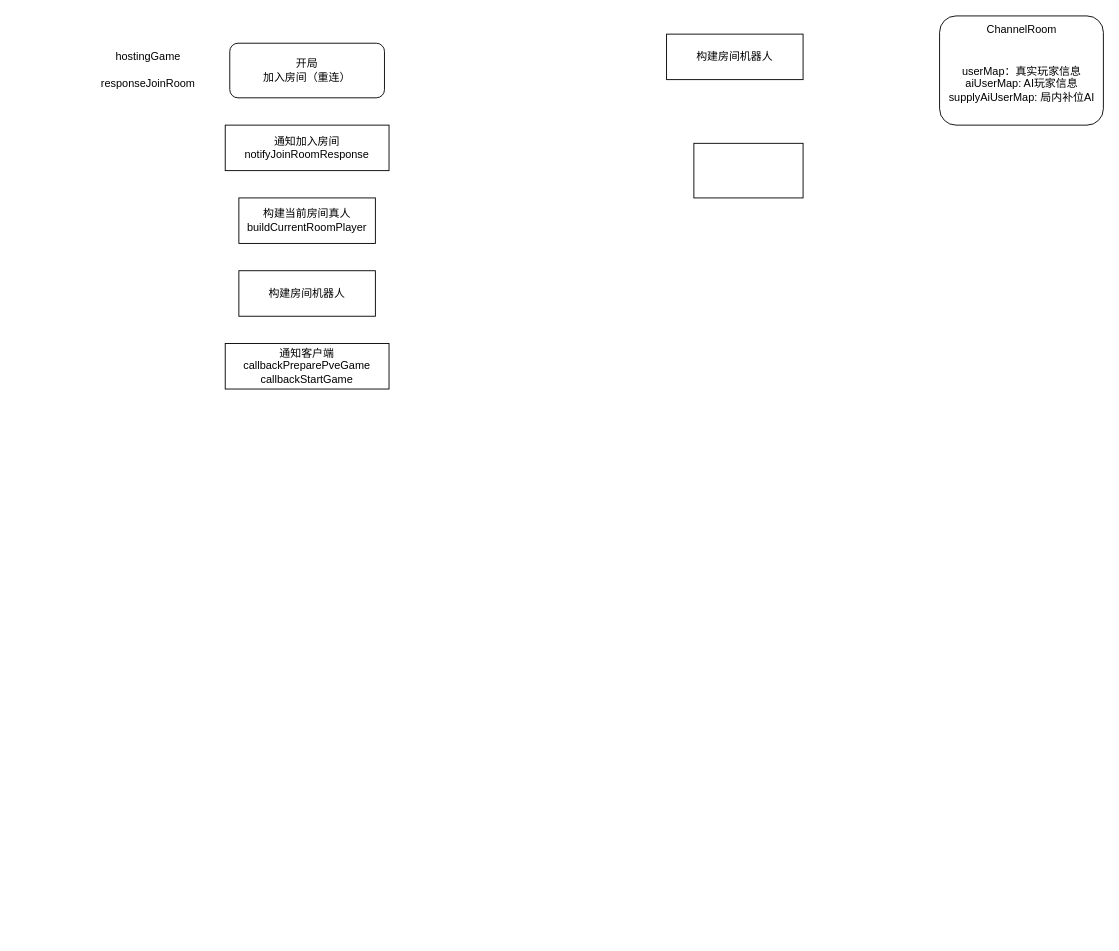
Earlier version of the draw.io diagram SSJJ2/机器人展示Loading.drawio (Ordertiny/graph). Source tidied: cells renumbered, new cells numbered last; positions are measured from the earlier drawing's top-left corner, leaving out a move shared by most shapes. Both pictures are drawn from the tidied source at 91%, with x=0, y=0 at pixel (88, 15).
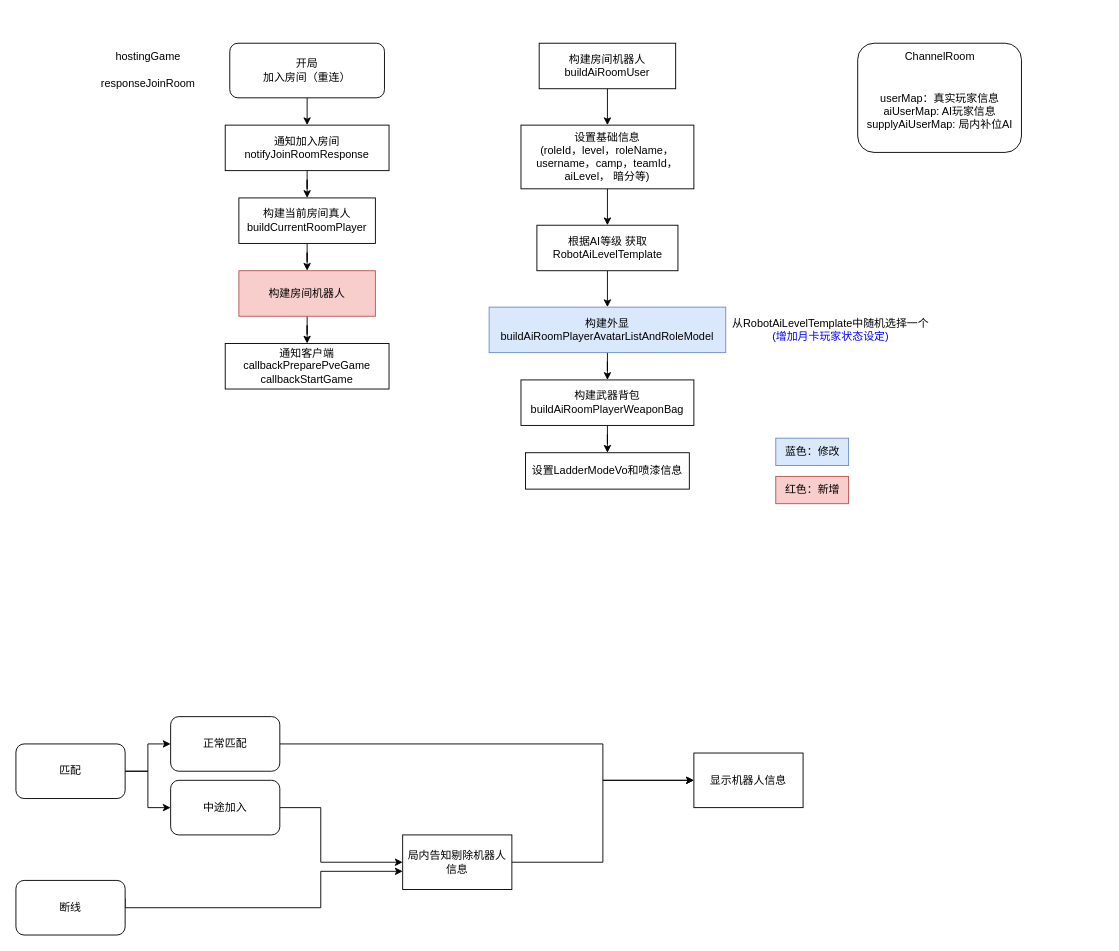
The same diagram, later.

Commit message (it also covers changes not shown here):
更新机器人展示Loading.drawio

The change refers to these unchanged cells:
```xml
<mxCell id="2" value="开局&lt;br&gt;加入房间（重连）" style="rounded=1;whiteSpace=wrap;html=1;" parent="1" vertex="1">
  <mxGeometry x="155" y="30" width="170" height="60" as="geometry" />
</mxCell>
<mxCell id="5" value="通知加入房间&lt;br&gt;notifyJoinRoomResponse" style="whiteSpace=wrap;html=1;" parent="1" vertex="1">
  <mxGeometry x="150" y="120" width="180" height="50" as="geometry" />
</mxCell>
<mxCell id="6" value="构建当前房间真人&lt;br&gt;buildCurrentRoomPlayer" style="whiteSpace=wrap;html=1;" parent="1" vertex="1">
  <mxGeometry x="165" y="200" width="150" height="50" as="geometry" />
</mxCell>
<mxCell id="8" value="通知客户端&lt;br&gt;callbackPreparePveGame&lt;br&gt;callbackStartGame" style="whiteSpace=wrap;html=1;" parent="1" vertex="1">
  <mxGeometry x="150" y="360" width="180" height="50" as="geometry" />
</mxCell>
```

The edit, as a diff of the source:
```diff
@@
+    <mxCell id="14" style="edgeStyle=orthogonalEdgeStyle;rounded=0;jettySize=auto;html=1;exitX=0.5;exitY=1;exitDx=0;exitDy=0;entryX=0.5;entryY=0;entryDx=0;entryDy=0;" parent="1" edge="1" source="2" target="5">
+      <mxGeometry relative="1" as="geometry" />
+    </mxCell>
@@
+    <mxCell id="15" style="edgeStyle=orthogonalEdgeStyle;rounded=0;jettySize=auto;html=1;exitX=0.5;exitY=1;exitDx=0;exitDy=0;" parent="1" edge="1" source="5" target="6">
+      <mxGeometry relative="1" as="geometry" />
+    </mxCell>
@@
+    <mxCell id="16" style="edgeStyle=orthogonalEdgeStyle;rounded=0;jettySize=auto;html=1;exitX=0.5;exitY=1;exitDx=0;exitDy=0;" parent="1" edge="1" source="6" target="7">
+      <mxGeometry relative="1" as="geometry" />
+    </mxCell>
@@
+    <mxCell id="17" style="edgeStyle=orthogonalEdgeStyle;rounded=0;jettySize=auto;html=1;exitX=0.5;exitY=1;exitDx=0;exitDy=0;" parent="1" edge="1" source="7" target="8">
+      <mxGeometry relative="1" as="geometry" />
+    </mxCell>
-    <mxCell id="7" value="构建房间机器人" style="whiteSpace=wrap;html=1;" parent="1" vertex="1">
+    <mxCell id="7" value="构建房间机器人" style="whiteSpace=wrap;html=1;fillColor=#f8cecc;strokeColor=#b85450;" parent="1" vertex="1">
       <mxGeometry x="165" y="280" width="150" height="50" as="geometry" />
     </mxCell>
@@
+    <mxCell id="18" style="edgeStyle=orthogonalEdgeStyle;rounded=0;jettySize=auto;html=1;exitX=0.5;exitY=1;exitDx=0;exitDy=0;" parent="1" edge="1" source="9" target="25">
+      <mxGeometry relative="1" as="geometry" />
+    </mxCell>
-    <mxCell id="9" value="构建房间机器人" style="whiteSpace=wrap;html=1;" parent="1" vertex="1">
-      <mxGeometry x="635" y="20" width="150" height="50" as="geometry" />
+    <mxCell id="9" value="构建房间机器人&lt;br&gt;buildAiRoomUser" style="whiteSpace=wrap;html=1;" parent="1" vertex="1">
+      <mxGeometry x="495" y="30" width="150" height="50" as="geometry" />
     </mxCell>
+    <mxCell id="19" style="edgeStyle=orthogonalEdgeStyle;rounded=0;jettySize=auto;html=1;exitX=0.5;exitY=1;exitDx=0;exitDy=0;" parent="1" edge="1" source="10" target="21">
+      <mxGeometry relative="1" as="geometry" />
+    </mxCell>
-    <mxCell id="10" style="rounded=0;whiteSpace=wrap;html=1;" parent="1" vertex="1">
-      <mxGeometry x="665" y="140" width="120" height="60" as="geometry" />
+    <mxCell id="10" value="根据AI等级 获取RobotAiLevelTemplate" style="rounded=0;whiteSpace=wrap;html=1;" parent="1" vertex="1">
+      <mxGeometry x="492.5" y="230" width="155" height="50" as="geometry" />
     </mxCell>
+    <mxCell id="20" style="edgeStyle=orthogonalEdgeStyle;rounded=0;jettySize=auto;html=1;exitX=0.5;exitY=1;exitDx=0;exitDy=0;" parent="1" edge="1" source="21" target="23">
+      <mxGeometry relative="1" as="geometry" />
+    </mxCell>
+    <mxCell id="21" value="构建外显&lt;br&gt;buildAiRoomPlayerAvatarListAndRoleModel" style="whiteSpace=wrap;html=1;fillColor=#dae8fc;strokeColor=#6c8ebf;" parent="1" vertex="1">
+      <mxGeometry x="440" y="320" width="260" height="50" as="geometry" />
+    </mxCell>
+    <mxCell id="22" style="edgeStyle=orthogonalEdgeStyle;rounded=0;jettySize=auto;html=1;" parent="1" edge="1" source="23" target="27">
+      <mxGeometry relative="1" as="geometry" />
+    </mxCell>
+    <mxCell id="23" value="构建武器背包&lt;br&gt;buildAiRoomPlayerWeaponBag" style="whiteSpace=wrap;html=1;" parent="1" vertex="1">
+      <mxGeometry x="475" y="400" width="190" height="50" as="geometry" />
+    </mxCell>
+    <mxCell id="24" style="edgeStyle=orthogonalEdgeStyle;rounded=0;jettySize=auto;html=1;exitX=0.5;exitY=1;exitDx=0;exitDy=0;" parent="1" edge="1" source="25" target="10">
+      <mxGeometry relative="1" as="geometry" />
+    </mxCell>
+    <mxCell id="25" value="设置基础信息&lt;br&gt;(roleId，level，roleName，username，camp，teamId， aiLevel， 暗分等)" style="whiteSpace=wrap;html=1;" parent="1" vertex="1">
+      <mxGeometry x="475" y="120" width="190" height="70" as="geometry" />
+    </mxCell>
+    <mxCell id="26" style="group;" parent="1" vertex="1">
+      <mxGeometry x="845" y="30" width="180" height="120" as="geometry" />
+    </mxCell>
-    <mxCell id="11" style="rounded=1;whiteSpace=wrap;html=1;" parent="1" vertex="1">
-      <mxGeometry x="935" width="180" height="120" as="geometry" />
+    <mxCell id="11" style="rounded=1;whiteSpace=wrap;html=1;" parent="26" vertex="1">
+      <mxGeometry width="180" height="120" as="geometry" />
     </mxCell>
-    <mxCell id="12" value="ChannelRoom" style="text;html=1;align=center;verticalAlign=middle;strokeColor=none;fillColor=none;" parent="1" vertex="1">
-      <mxGeometry x="975" width="100" height="30" as="geometry" />
+    <mxCell id="12" value="ChannelRoom" style="text;html=1;align=center;verticalAlign=middle;strokeColor=none;fillColor=none;" parent="26" vertex="1">
+      <mxGeometry x="40" width="100" height="30" as="geometry" />
     </mxCell>
-    <mxCell id="13" value="userMap：真实玩家信息&lt;br&gt;aiUserMap: AI玩家信息&lt;br&gt;supplyAiUserMap: 局内补位AI" style="text;html=1;align=center;verticalAlign=middle;strokeColor=none;fillColor=none;" parent="1" vertex="1">
-      <mxGeometry x="935" y="45" width="180" height="60" as="geometry" />
+    <mxCell id="13" value="userMap：真实玩家信息&lt;br&gt;aiUserMap: AI玩家信息&lt;br&gt;supplyAiUserMap: 局内补位AI" style="text;html=1;align=center;verticalAlign=middle;strokeColor=none;fillColor=none;" parent="26" vertex="1">
+      <mxGeometry y="45" width="180" height="60" as="geometry" />
     </mxCell>
+    <mxCell id="27" value="设置LadderModeVo和喷漆信息" style="whiteSpace=wrap;html=1;" parent="1" vertex="1">
+      <mxGeometry x="480" y="480" width="180" height="40" as="geometry" />
+    </mxCell>
+    <mxCell id="28" value="从RobotAiLevelTemplate中随机选择一个&lt;br&gt;&lt;font color=&quot;#0000ff&quot;&gt;(增加月卡玩家状态设定)&lt;/font&gt;" style="text;html=1;align=center;verticalAlign=middle;strokeColor=none;fillColor=none;" parent="1" vertex="1">
+      <mxGeometry x="695" y="325" width="240" height="40" as="geometry" />
+    </mxCell>
+    <mxCell id="29" value="蓝色：修改" style="text;html=1;align=center;verticalAlign=middle;strokeColor=#6c8ebf;fillColor=#dae8fc;" parent="1" vertex="1">
+      <mxGeometry x="755" y="464" width="80" height="30" as="geometry" />
+    </mxCell>
+    <mxCell id="30" value="红色：新增" style="text;html=1;align=center;verticalAlign=middle;strokeColor=#b85450;fillColor=#f8cecc;" parent="1" vertex="1">
+      <mxGeometry x="755" y="506" width="80" height="30" as="geometry" />
+    </mxCell>
+    <mxCell id="31" style="edgeStyle=orthogonalEdgeStyle;rounded=0;jettySize=auto;html=1;exitX=1;exitY=0.5;exitDx=0;exitDy=0;" parent="1" edge="1" source="33" target="35">
+      <mxGeometry relative="1" as="geometry" />
+    </mxCell>
+    <mxCell id="32" style="edgeStyle=orthogonalEdgeStyle;rounded=0;jettySize=auto;html=1;exitX=1;exitY=0.5;exitDx=0;exitDy=0;" parent="1" edge="1" source="33" target="37">
+      <mxGeometry relative="1" as="geometry" />
+    </mxCell>
+    <mxCell id="33" value="匹配" style="rounded=1;whiteSpace=wrap;html=1;" parent="1" vertex="1">
+      <mxGeometry x="-80" y="800" width="120" height="60" as="geometry" />
+    </mxCell>
+    <mxCell id="34" style="edgeStyle=orthogonalEdgeStyle;rounded=0;jettySize=auto;html=1;exitX=1;exitY=0.5;exitDx=0;exitDy=0;entryX=0;entryY=0.5;entryDx=0;entryDy=0;" parent="1" edge="1" source="35" target="40">
+      <mxGeometry relative="1" as="geometry">
+        <Array as="points">
+          <mxPoint x="565" y="800" />
+          <mxPoint x="565" y="840" />
+        </Array>
+      </mxGeometry>
+    </mxCell>
+    <mxCell id="35" value="正常匹配" style="rounded=1;whiteSpace=wrap;html=1;" parent="1" vertex="1">
+      <mxGeometry x="90" y="770" width="120" height="60" as="geometry" />
+    </mxCell>
+    <mxCell id="36" style="edgeStyle=orthogonalEdgeStyle;rounded=0;jettySize=auto;html=1;exitX=1;exitY=0.5;exitDx=0;exitDy=0;entryX=0;entryY=0.5;entryDx=0;entryDy=0;" parent="1" edge="1" source="37" target="42">
+      <mxGeometry relative="1" as="geometry">
+        <Array as="points">
+          <mxPoint x="255" y="870" />
+          <mxPoint x="255" y="930" />
+        </Array>
+      </mxGeometry>
+    </mxCell>
+    <mxCell id="37" value="中途加入" style="rounded=1;whiteSpace=wrap;html=1;" parent="1" vertex="1">
+      <mxGeometry x="90" y="840" width="120" height="60" as="geometry" />
+    </mxCell>
+    <mxCell id="38" style="edgeStyle=orthogonalEdgeStyle;rounded=0;orthogonalLoop=1;jettySize=auto;html=1;exitX=1;exitY=0.5;exitDx=0;exitDy=0;entryX=0;entryY=0.5;entryDx=0;entryDy=0;" parent="1" edge="1">
+      <mxGeometry relative="1" as="geometry">
+        <mxPoint x="40" y="970" as="sourcePoint" />
+        <mxPoint x="345" y="940" as="targetPoint" />
+        <Array as="points">
+          <mxPoint x="40" y="980" />
+          <mxPoint x="255" y="980" />
+          <mxPoint x="255" y="940" />
+        </Array>
+      </mxGeometry>
+    </mxCell>
+    <mxCell id="39" value="断线" style="rounded=1;whiteSpace=wrap;html=1;" parent="1" vertex="1">
+      <mxGeometry x="-80" y="950" width="120" height="60" as="geometry" />
+    </mxCell>
+    <mxCell id="40" value="显示机器人信息" style="whiteSpace=wrap;html=1;" parent="1" vertex="1">
+      <mxGeometry x="665" y="810" width="120" height="60" as="geometry" />
+    </mxCell>
+    <mxCell id="41" style="edgeStyle=orthogonalEdgeStyle;rounded=0;jettySize=auto;html=1;exitX=1;exitY=0.5;exitDx=0;exitDy=0;entryX=0;entryY=0.5;entryDx=0;entryDy=0;" parent="1" edge="1" source="42" target="40">
+      <mxGeometry relative="1" as="geometry" />
+    </mxCell>
+    <mxCell id="42" value="局内告知剔除机器人&lt;br&gt;信息" style="whiteSpace=wrap;html=1;" parent="1" vertex="1">
+      <mxGeometry x="345" y="900" width="120" height="60" as="geometry" />
+    </mxCell>
```
